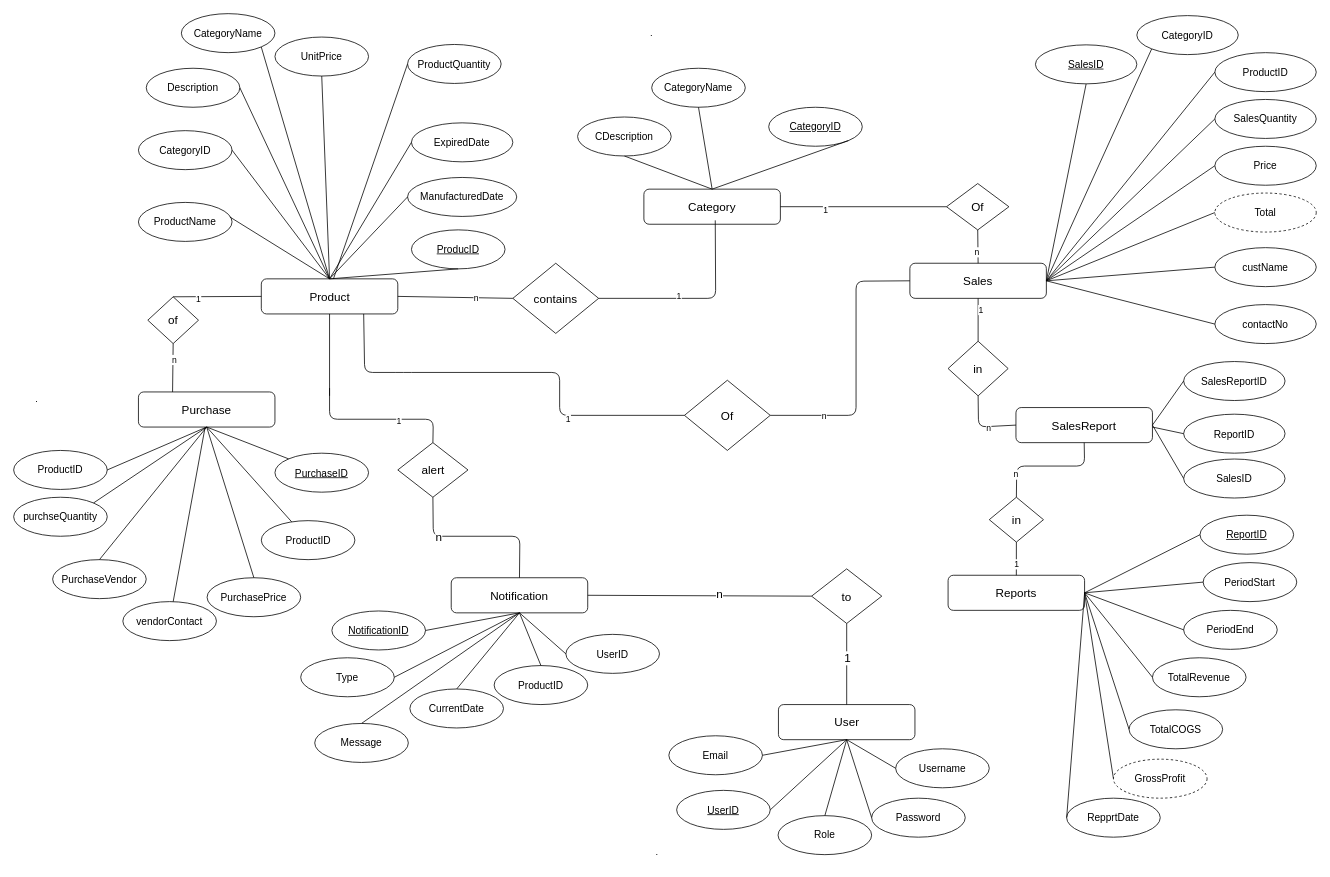
Above: ErDiagram.drawio in parmilan1998/Sales_management_system (draw.io), before the change. Source tidied: cells renumbered, new cells numbered last; positions are measured from the earlier drawing's top-left corner, leaving out a move shared by most shapes. Both pictures are drawn from the tidied source at 78%, with x=0, y=0 at pixel (13, 13).
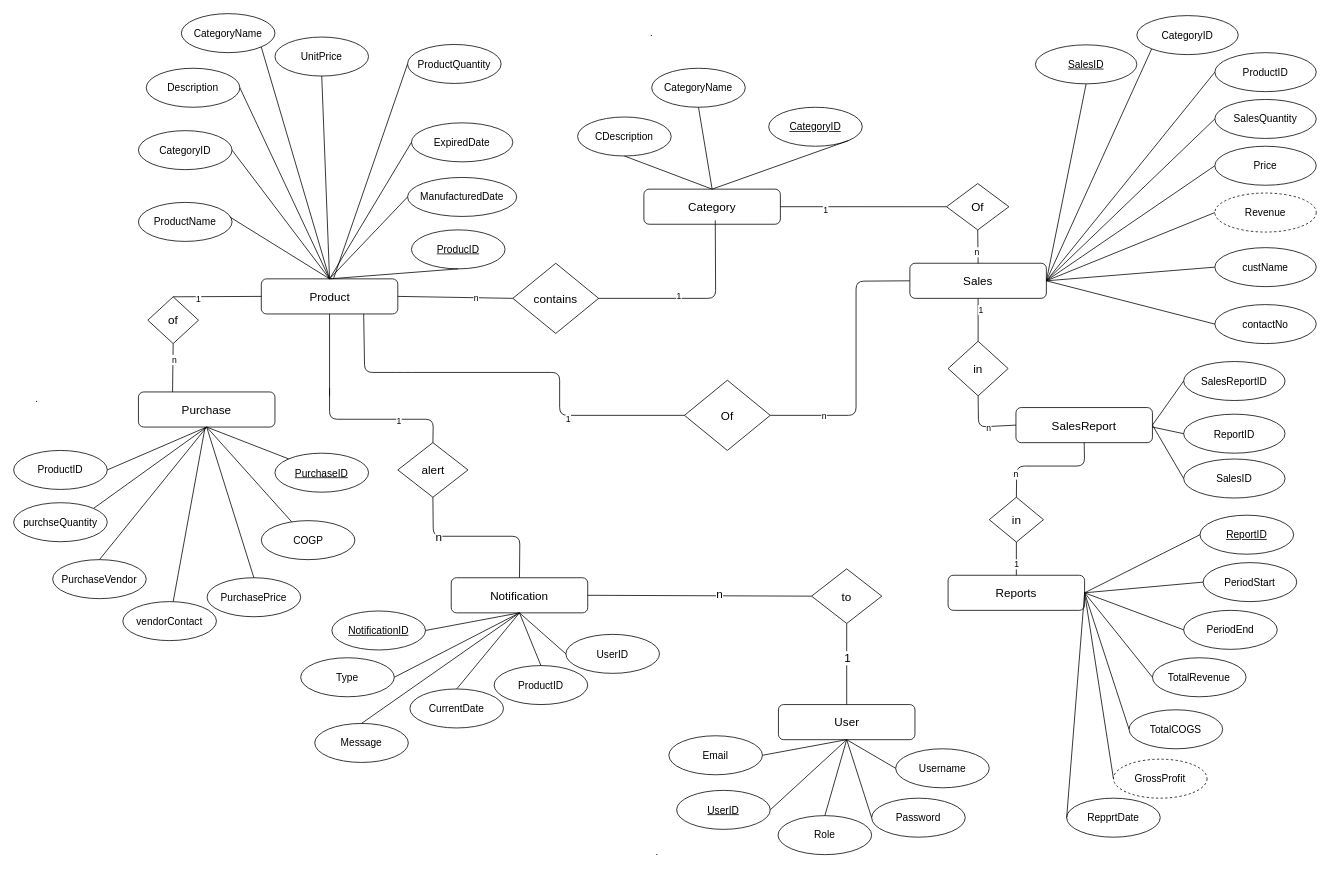
The same page after the edit.

Diff of the diagram source:
```diff
@@
-    <mxCell id="30" value="Total" style="ellipse;whiteSpace=wrap;html=1;fontSize=13;fontStyle=0;dashed=1;" parent="1" vertex="1">
+    <mxCell id="30" value="Revenue" style="ellipse;whiteSpace=wrap;html=1;fontSize=13;fontStyle=0;dashed=1;" parent="1" vertex="1">
       <mxGeometry x="1540" y="230" width="130" height="50" as="geometry" />
     </mxCell>
@@
     <mxCell id="41" value="purchseQuantity" style="ellipse;whiteSpace=wrap;html=1;fontSize=13;fontStyle=0;" parent="1" vertex="1">
-      <mxGeometry y="620" width="120" height="50" as="geometry" />
+      <mxGeometry y="627" width="120" height="50" as="geometry" />
     </mxCell>
@@
-    <mxCell id="115" value="ProductID" style="ellipse;whiteSpace=wrap;html=1;fontSize=13;fontStyle=0;" parent="1" vertex="1">
+    <mxCell id="115" value="COGP" style="ellipse;whiteSpace=wrap;html=1;fontSize=13;fontStyle=0;" parent="1" vertex="1">
       <mxGeometry x="317.5" y="650" width="120" height="50" as="geometry" />
     </mxCell>
```
